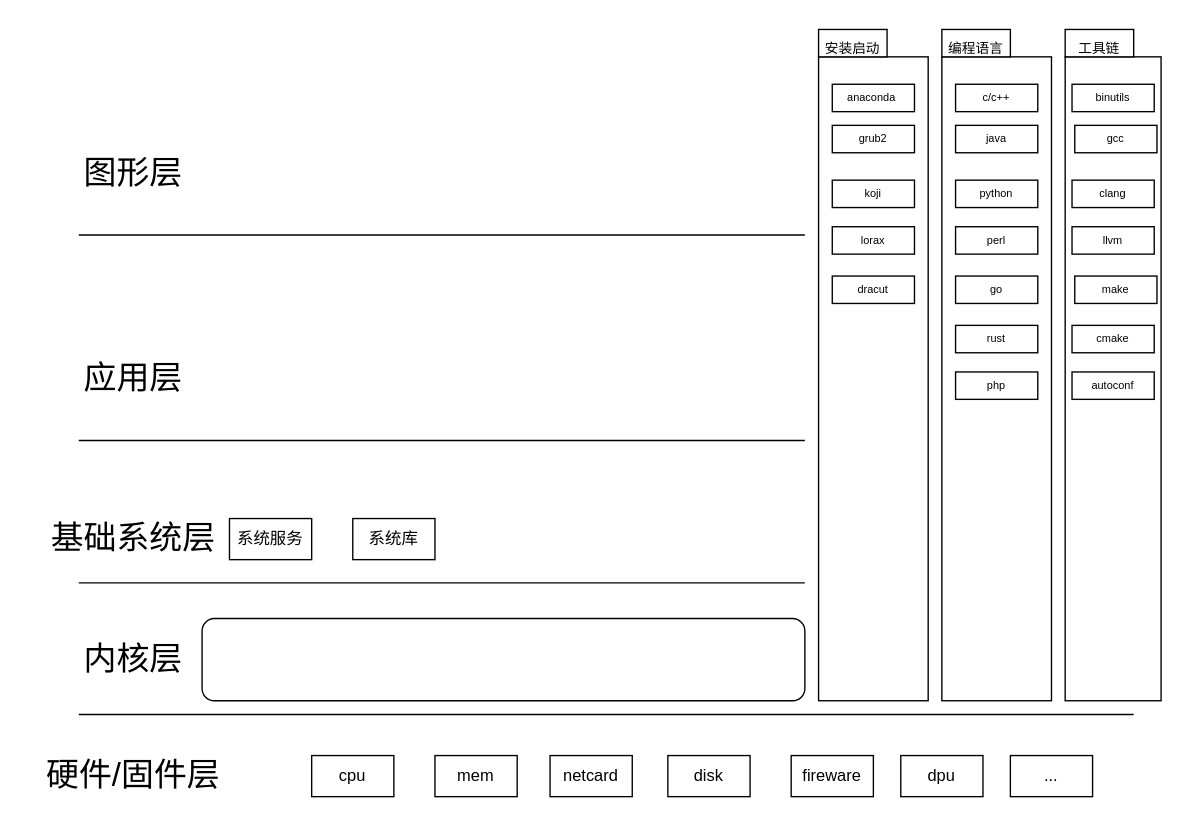
Above: Untitled Diagram.drawio in Forrest-ly/os-layer (draw.io), before the change. Source tidied: cells renumbered, new cells numbered last; positions are measured from the earlier drawing's top-left corner, leaving out a move shared by most shapes. Both pictures are drawn from the tidied source at 137%, with x=0, y=0 at pixel (23, 29).
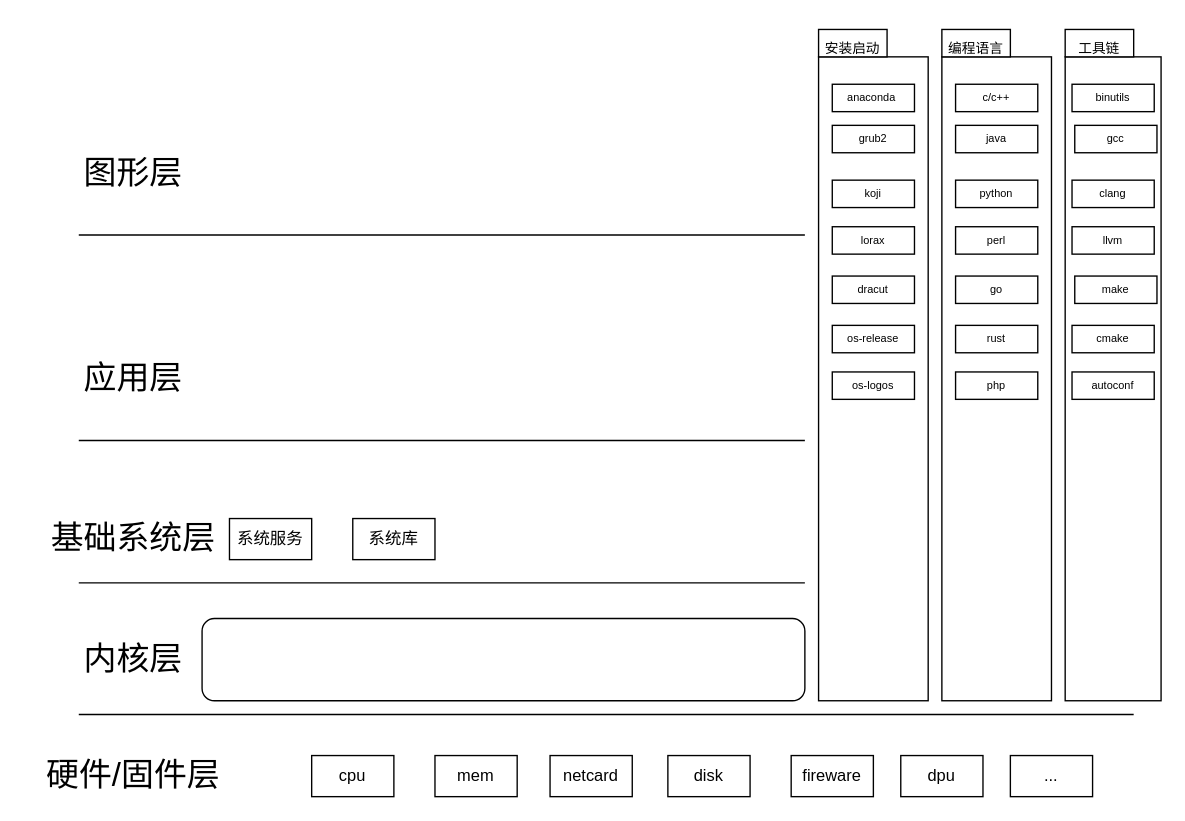
Above is the later version.

The edit, as a diff of the source:
```diff
@@
+    <mxCell id="46" value="os-release" style="rounded=0;whiteSpace=wrap;html=1;fontSize=8;" parent="1" vertex="1">
+      <mxGeometry x="590" y="216" width="60" height="20" as="geometry" />
+    </mxCell>
+    <mxCell id="47" value="os-logos" style="rounded=0;whiteSpace=wrap;html=1;fontSize=8;" parent="1" vertex="1">
+      <mxGeometry x="590" y="250" width="60" height="20" as="geometry" />
+    </mxCell>
```
